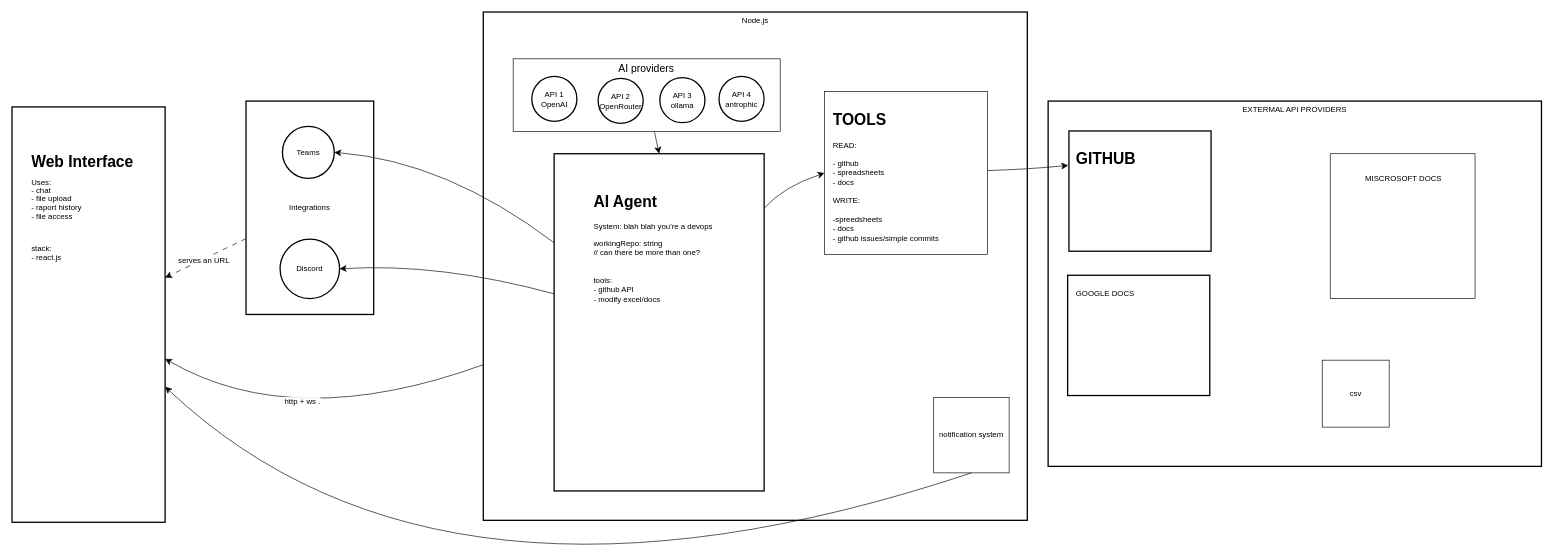
70ziko/GhAI keeps this draw.io diagram as docs/GhAI_architecture.drawio. Above is the earlier version. Source tidied: cells renumbered, new cells numbered last; positions are measured from the earlier drawing's top-left corner, leaving out a move shared by most shapes. Both pictures are drawn from the tidied source at 65%, with x=0, y=0 at pixel (12, 12).
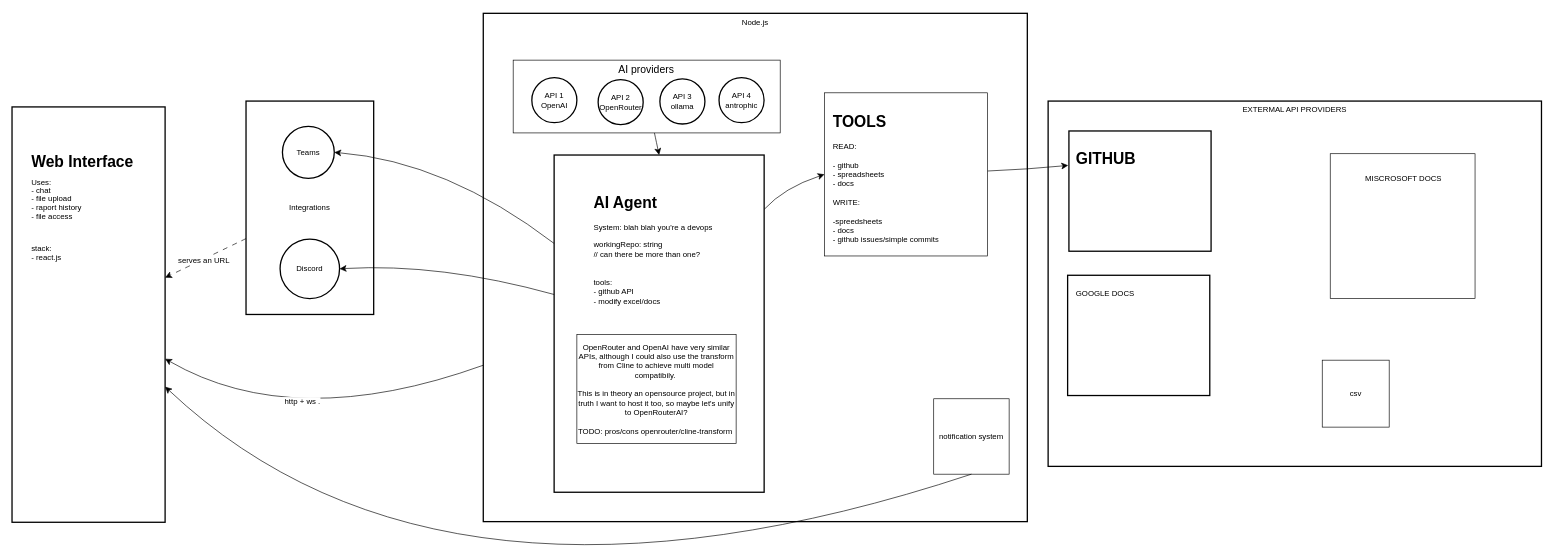
Above is the later version.

What changed in the source:
```diff
@@
     <mxCell id="4" value="Node.js" style="whiteSpace=wrap;strokeWidth=2;verticalAlign=top;" parent="1" vertex="1">
-      <mxGeometry x="725" width="837" height="782" as="geometry" />
+      <mxGeometry x="725" y="2" width="837" height="782" as="geometry" />
     </mxCell>
@@
+    <mxCell id="37" value="&lt;div&gt;OpenRouter and OpenAI have very similar APIs, although I could also use the transform from Cline to achieve multi model compatibily.&amp;nbsp;&lt;/div&gt;&lt;div&gt;&lt;br&gt;&lt;/div&gt;&lt;div&gt;This is in theory an opensource project, but in truth I want to host it too, so maybe let's unify to OpenRouterAI?&lt;/div&gt;&lt;div&gt;&lt;br&gt;&lt;/div&gt;&lt;div&gt;TODO: pros/cons openrouter/cline-transform&amp;nbsp; &lt;/div&gt;" style="rounded=0;whiteSpace=wrap;html=1;" parent="4" vertex="1">
+      <mxGeometry x="144" y="494" width="245" height="168" as="geometry" />
+    </mxCell>
```
